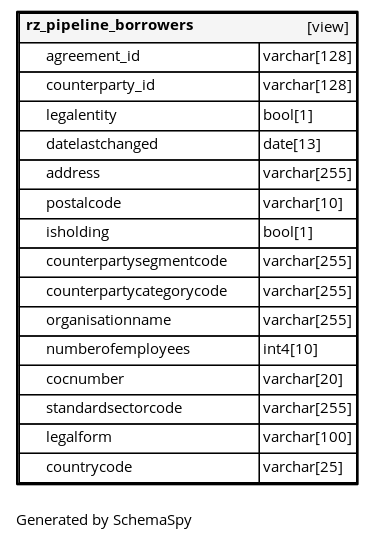
fyndoo/fyndoo.github.io keeps this Graphviz diagram as db_standardzone_version01/diagrams/tables/rz_pipeline_borrowers.1degree.png. Above is the earlier version. Its source is kept beside it as db_standardzone_version01/diagrams/tables/rz_pipeline_borrowers.1degree.dot.
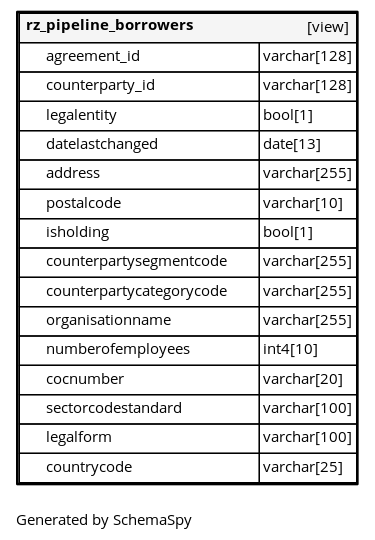
After the commit.

What changed in the source:
```diff
@@ -34,7 +34,7 @@
       <TR><TD PORT="organisationname" COLSPAN="2" ALIGN="LEFT"><TABLE BORDER="0" CELLSPACING="0" ALIGN="LEFT"><TR ALIGN="LEFT"><TD ALIGN="LEFT" FIXEDSIZE="TRUE" WIDTH="15" HEIGHT="16"></TD><TD ALIGN="LEFT" FIXEDSIZE="TRUE" WIDTH="159" HEIGHT="16">organisationname</TD></TR></TABLE></TD><TD PORT="organisationname.type" ALIGN="LEFT">varchar[255]</TD></TR>
       <TR><TD PORT="numberofemployees" COLSPAN="2" ALIGN="LEFT"><TABLE BORDER="0" CELLSPACING="0" ALIGN="LEFT"><TR ALIGN="LEFT"><TD ALIGN="LEFT" FIXEDSIZE="TRUE" WIDTH="15" HEIGHT="16"></TD><TD ALIGN="LEFT" FIXEDSIZE="TRUE" WIDTH="159" HEIGHT="16">numberofemployees</TD></TR></TABLE></TD><TD PORT="numberofemployees.type" ALIGN="LEFT">int4[10]</TD></TR>
       <TR><TD PORT="cocnumber" COLSPAN="2" ALIGN="LEFT"><TABLE BORDER="0" CELLSPACING="0" ALIGN="LEFT"><TR ALIGN="LEFT"><TD ALIGN="LEFT" FIXEDSIZE="TRUE" WIDTH="15" HEIGHT="16"></TD><TD ALIGN="LEFT" FIXEDSIZE="TRUE" WIDTH="159" HEIGHT="16">cocnumber</TD></TR></TABLE></TD><TD PORT="cocnumber.type" ALIGN="LEFT">varchar[20]</TD></TR>
-      <TR><TD PORT="standardsectorcode" COLSPAN="2" ALIGN="LEFT"><TABLE BORDER="0" CELLSPACING="0" ALIGN="LEFT"><TR ALIGN="LEFT"><TD ALIGN="LEFT" FIXEDSIZE="TRUE" WIDTH="15" HEIGHT="16"></TD><TD ALIGN="LEFT" FIXEDSIZE="TRUE" WIDTH="159" HEIGHT="16">standardsectorcode</TD></TR></TABLE></TD><TD PORT="standardsectorcode.type" ALIGN="LEFT">varchar[255]</TD></TR>
+      <TR><TD PORT="sectorcodestandard" COLSPAN="2" ALIGN="LEFT"><TABLE BORDER="0" CELLSPACING="0" ALIGN="LEFT"><TR ALIGN="LEFT"><TD ALIGN="LEFT" FIXEDSIZE="TRUE" WIDTH="15" HEIGHT="16"></TD><TD ALIGN="LEFT" FIXEDSIZE="TRUE" WIDTH="159" HEIGHT="16">sectorcodestandard</TD></TR></TABLE></TD><TD PORT="sectorcodestandard.type" ALIGN="LEFT">varchar[100]</TD></TR>
       <TR><TD PORT="legalform" COLSPAN="2" ALIGN="LEFT"><TABLE BORDER="0" CELLSPACING="0" ALIGN="LEFT"><TR ALIGN="LEFT"><TD ALIGN="LEFT" FIXEDSIZE="TRUE" WIDTH="15" HEIGHT="16"></TD><TD ALIGN="LEFT" FIXEDSIZE="TRUE" WIDTH="159" HEIGHT="16">legalform</TD></TR></TABLE></TD><TD PORT="legalform.type" ALIGN="LEFT">varchar[100]</TD></TR>
       <TR><TD PORT="countrycode" COLSPAN="2" ALIGN="LEFT"><TABLE BORDER="0" CELLSPACING="0" ALIGN="LEFT"><TR ALIGN="LEFT"><TD ALIGN="LEFT" FIXEDSIZE="TRUE" WIDTH="15" HEIGHT="16"></TD><TD ALIGN="LEFT" FIXEDSIZE="TRUE" WIDTH="159" HEIGHT="16">countrycode</TD></TR></TABLE></TD><TD PORT="countrycode.type" ALIGN="LEFT">varchar[25]</TD></TR>
     </TABLE>>
```
